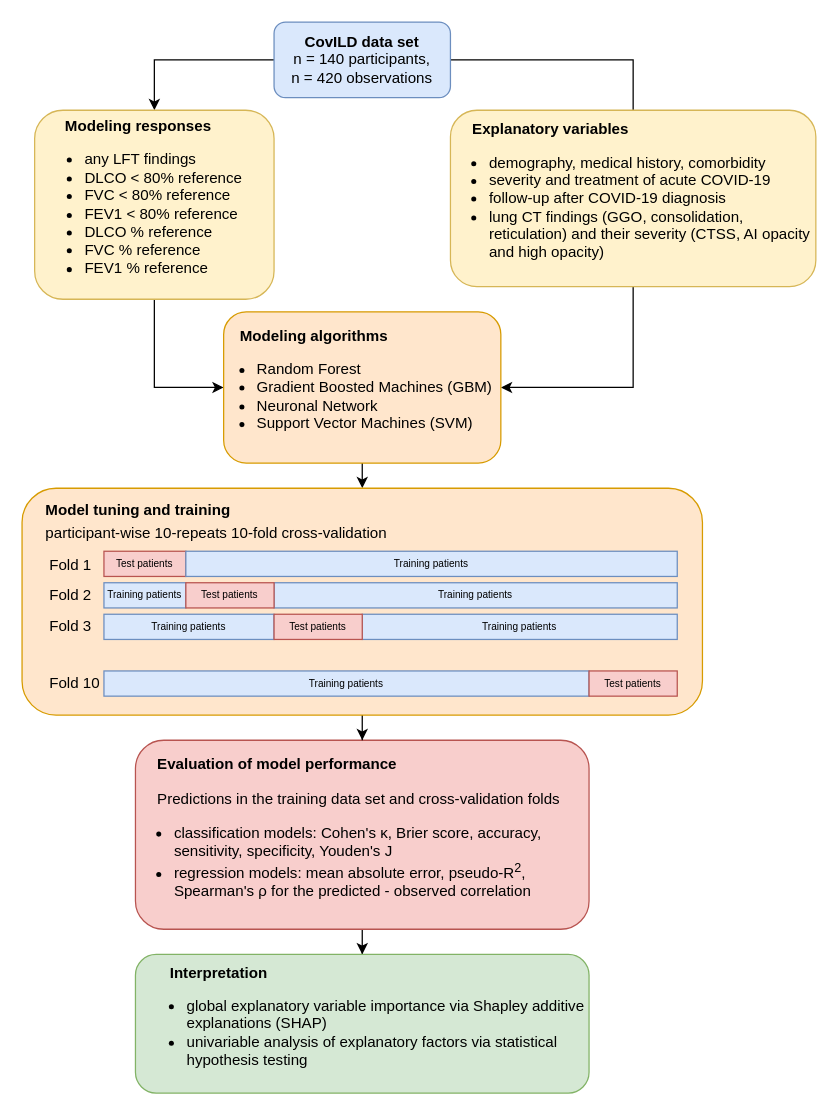
Before: aux files/modeling_strategy.drawio in PiotrTymoszuk/CovILD_AI, a draw.io diagram. Source tidied: cells renumbered, new cells numbered last; positions are measured from the earlier drawing's top-left corner, leaving out a move shared by most shapes. Both pictures are drawn from the tidied source at 126%, with x=0, y=0 at pixel (21, 21).
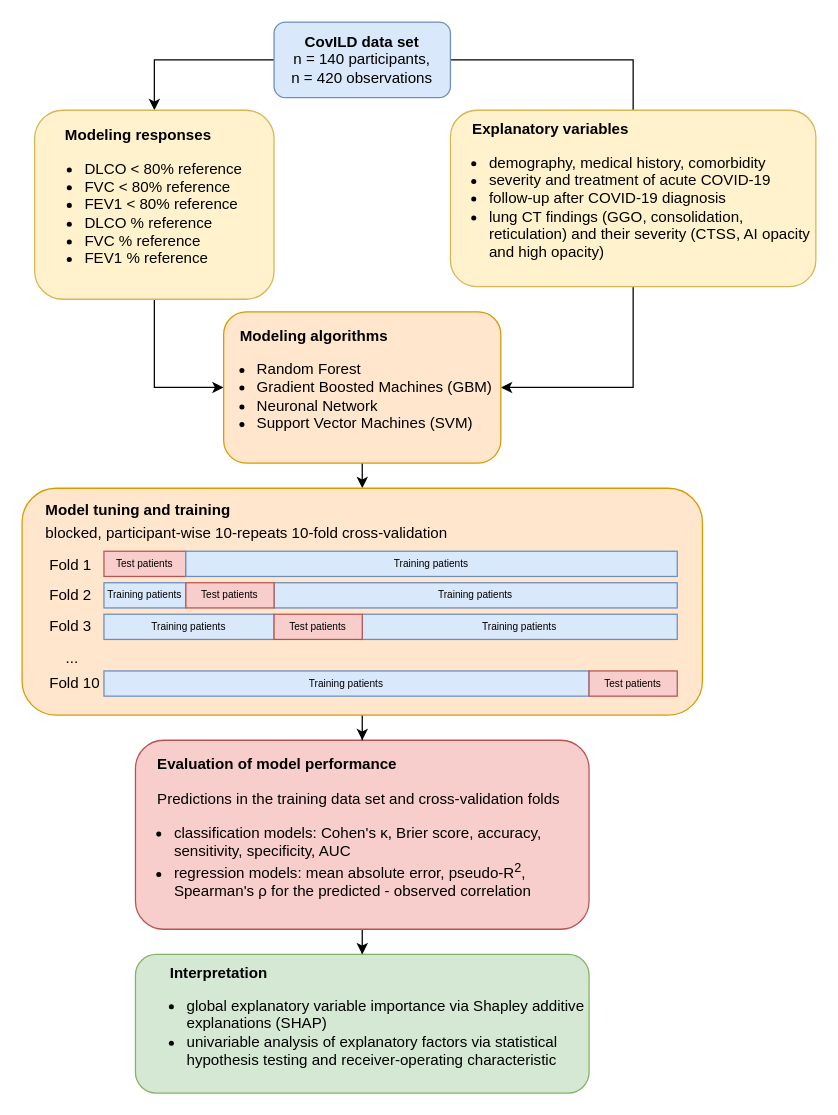
The same diagram, later.

Change to the diagram source:
```diff
@@
-    <mxCell id="6" value="&lt;b&gt;Modeling responses&lt;/b&gt;&lt;br&gt;&lt;ul&gt;&lt;li style=&quot;text-align: left;&quot;&gt;any LFT findings&lt;/li&gt;&lt;li style=&quot;text-align: left;&quot;&gt;DLCO &amp;lt; 80% reference&lt;/li&gt;&lt;li style=&quot;text-align: left;&quot;&gt;FVC &amp;lt; 80% reference&lt;/li&gt;&lt;li style=&quot;text-align: left;&quot;&gt;FEV1 &amp;lt; 80% reference&lt;/li&gt;&lt;li style=&quot;text-align: left;&quot;&gt;DLCO % reference&lt;/li&gt;&lt;li style=&quot;text-align: left;&quot;&gt;FVC % reference&lt;/li&gt;&lt;li style=&quot;text-align: left;&quot;&gt;FEV1 % reference&lt;/li&gt;&lt;/ul&gt;" style="rounded=1;whiteSpace=wrap;html=1;spacingLeft=-25;fillColor=#fff2cc;strokeColor=#d6b656;" parent="1" vertex="1">
+    <mxCell id="6" value="&lt;b&gt;Modeling responses&lt;/b&gt;&lt;br&gt;&lt;ul&gt;&lt;li style=&quot;text-align: left;&quot;&gt;&lt;span style=&quot;background-color: initial;&quot;&gt;DLCO &amp;lt; 80% reference&lt;/span&gt;&lt;br&gt;&lt;/li&gt;&lt;li style=&quot;text-align: left;&quot;&gt;FVC &amp;lt; 80% reference&lt;/li&gt;&lt;li style=&quot;text-align: left;&quot;&gt;FEV1 &amp;lt; 80% reference&lt;/li&gt;&lt;li style=&quot;text-align: left;&quot;&gt;DLCO % reference&lt;/li&gt;&lt;li style=&quot;text-align: left;&quot;&gt;FVC % reference&lt;/li&gt;&lt;li style=&quot;text-align: left;&quot;&gt;FEV1 % reference&lt;/li&gt;&lt;/ul&gt;" style="rounded=1;whiteSpace=wrap;html=1;spacingLeft=-25;fillColor=#fff2cc;strokeColor=#d6b656;" parent="1" vertex="1">
       <mxGeometry x="10" y="70" width="190" height="150" as="geometry" />
     </mxCell>
@@
-    <mxCell id="12" value="&lt;div style=&quot;text-align: left;&quot;&gt;&lt;b style=&quot;background-color: initial;&quot;&gt;&lt;span style=&quot;white-space: pre;&quot;&gt;&#9;&lt;/span&gt;Evaluation of model performance&lt;/b&gt;&lt;/div&gt;&lt;div style=&quot;text-align: left;&quot;&gt;&lt;b style=&quot;background-color: initial;&quot;&gt;&lt;br&gt;&lt;/b&gt;&lt;/div&gt;&lt;div style=&quot;text-align: left;&quot;&gt;&lt;span style=&quot;background-color: initial;&quot;&gt;&lt;span style=&quot;white-space: pre;&quot;&gt;&#9;&lt;/span&gt;Predictions in the training data set and cross-validation folds&lt;/span&gt;&lt;/div&gt;&lt;ul&gt;&lt;li style=&quot;text-align: left;&quot;&gt;classification models: Cohen's&amp;nbsp;κ, Brier score, accuracy, sensitivity, specificity, Youden's J&lt;/li&gt;&lt;li style=&quot;text-align: left;&quot;&gt;regression models: mean absolute error, pseudo-R&lt;sup&gt;2&lt;/sup&gt;, Spearman's&amp;nbsp;ρ for the predicted - observed correlation&lt;/li&gt;&lt;/ul&gt;" style="rounded=1;whiteSpace=wrap;html=1;spacingLeft=-10;fillColor=#f8cecc;strokeColor=#b85450;" parent="1" vertex="1">
+    <mxCell id="12" value="&lt;div style=&quot;text-align: left;&quot;&gt;&lt;b style=&quot;background-color: initial;&quot;&gt;&lt;span style=&quot;white-space: pre;&quot;&gt;&#9;&lt;/span&gt;Evaluation of model performance&lt;/b&gt;&lt;/div&gt;&lt;div style=&quot;text-align: left;&quot;&gt;&lt;b style=&quot;background-color: initial;&quot;&gt;&lt;br&gt;&lt;/b&gt;&lt;/div&gt;&lt;div style=&quot;text-align: left;&quot;&gt;&lt;span style=&quot;background-color: initial;&quot;&gt;&lt;span style=&quot;white-space: pre;&quot;&gt;&#9;&lt;/span&gt;Predictions in the training data set and cross-validation folds&lt;/span&gt;&lt;/div&gt;&lt;ul&gt;&lt;li style=&quot;text-align: left;&quot;&gt;classification models: Cohen's&amp;nbsp;κ, Brier score, accuracy, sensitivity, specificity, AUC&lt;/li&gt;&lt;li style=&quot;text-align: left;&quot;&gt;regression models: mean absolute error, pseudo-R&lt;sup&gt;2&lt;/sup&gt;, Spearman's&amp;nbsp;ρ for the predicted - observed correlation&lt;/li&gt;&lt;/ul&gt;" style="rounded=1;whiteSpace=wrap;html=1;spacingLeft=-10;fillColor=#f8cecc;strokeColor=#b85450;" parent="1" vertex="1">
       <mxGeometry x="90" y="570" width="360" height="150" as="geometry" />
     </mxCell>
@@
-    <mxCell id="14" value="&lt;div style=&quot;text-align: left;&quot;&gt;&lt;b style=&quot;background-color: initial;&quot;&gt;&lt;span style=&quot;white-space: pre;&quot;&gt;&#9;&lt;/span&gt;Interpretation&lt;/b&gt;&lt;/div&gt;&lt;ul&gt;&lt;li style=&quot;text-align: left;&quot;&gt;global explanatory variable importance via Shapley additive explanations (SHAP)&lt;/li&gt;&lt;li style=&quot;text-align: left;&quot;&gt;univariable analysis of explanatory factors via statistical hypothesis testing&lt;/li&gt;&lt;/ul&gt;" style="rounded=1;whiteSpace=wrap;html=1;fillColor=#d5e8d4;strokeColor=#82b366;" parent="1" vertex="1">
+    <mxCell id="14" value="&lt;div style=&quot;text-align: left;&quot;&gt;&lt;b style=&quot;background-color: initial;&quot;&gt;&lt;span style=&quot;white-space: pre;&quot;&gt;&#9;&lt;/span&gt;Interpretation&lt;/b&gt;&lt;/div&gt;&lt;ul&gt;&lt;li style=&quot;text-align: left;&quot;&gt;global explanatory variable importance via Shapley additive explanations (SHAP)&lt;/li&gt;&lt;li style=&quot;text-align: left;&quot;&gt;univariable analysis of explanatory factors via statistical hypothesis testing and receiver-operating characteristic&lt;/li&gt;&lt;/ul&gt;" style="rounded=1;whiteSpace=wrap;html=1;fillColor=#d5e8d4;strokeColor=#82b366;" parent="1" vertex="1">
       <mxGeometry x="90" y="740" width="360" height="110" as="geometry" />
     </mxCell>
-    <mxCell id="15" value="&lt;p style=&quot;line-height: 150%;&quot;&gt;&lt;b style=&quot;&quot;&gt;Model tuning and training&lt;/b&gt;&lt;br&gt;participant-wise 10-repeats 10-fold cross-validation&lt;/p&gt;" style="rounded=1;whiteSpace=wrap;html=1;align=left;spacingLeft=19;verticalAlign=top;spacingTop=-8;spacing=0;fillColor=#ffe6cc;strokeColor=#d79b00;" parent="1" vertex="1">
+    <mxCell id="15" value="&lt;p style=&quot;line-height: 150%;&quot;&gt;&lt;b style=&quot;&quot;&gt;Model tuning and training&lt;/b&gt;&lt;br&gt;blocked, participant-wise 10-repeats 10-fold cross-validation&lt;/p&gt;" style="rounded=1;whiteSpace=wrap;html=1;align=left;spacingLeft=19;verticalAlign=top;spacingTop=-8;spacing=0;fillColor=#ffe6cc;strokeColor=#d79b00;" parent="1" vertex="1">
       <mxGeometry y="370" width="540" height="180" as="geometry" />
     </mxCell>
@@
+    <mxCell id="31" value="..." style="text;html=1;align=center;verticalAlign=middle;whiteSpace=wrap;rounded=0;" parent="1" vertex="1">
+      <mxGeometry x="10" y="490" width="60" height="30" as="geometry" />
+    </mxCell>
```
